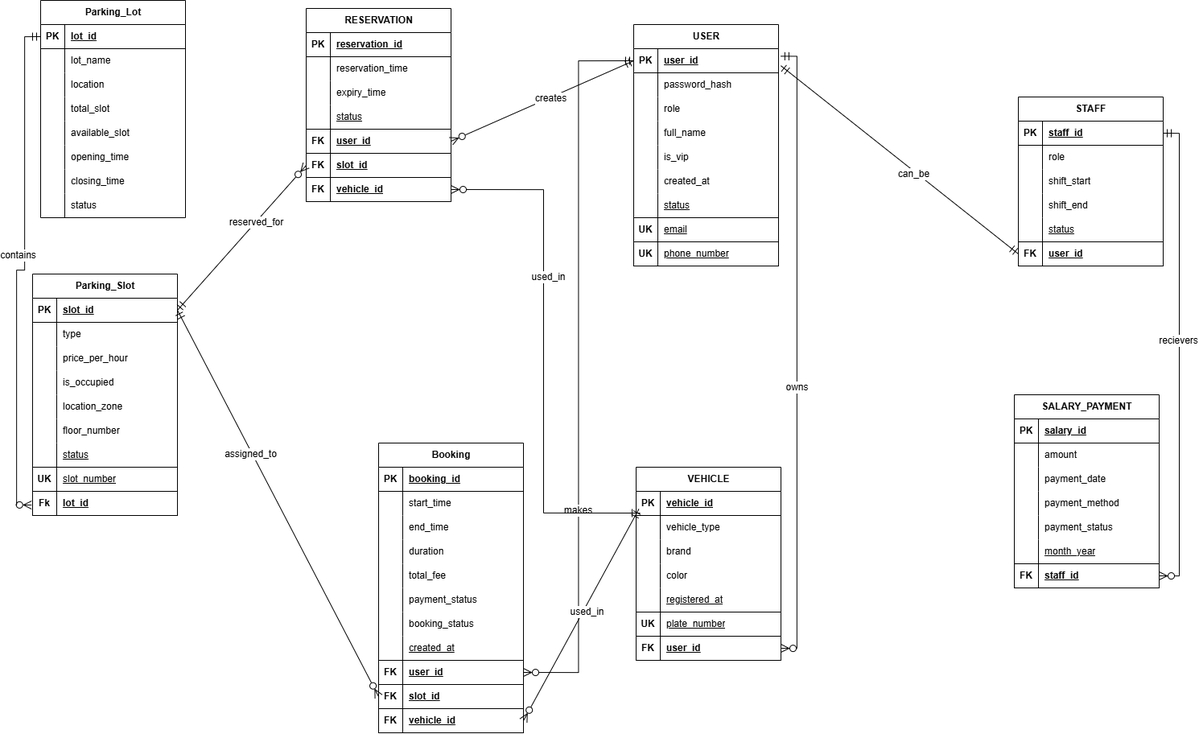
A-proG-spec/AASTU-DB-Project-Group-2 keeps this draw.io diagram as diagrams/erd.drawio.png. Above is the earlier version. Source tidied: cells renumbered, new cells last; positions are measured from the earlier drawing's top-left corner, leaving out a move shared by most shapes.
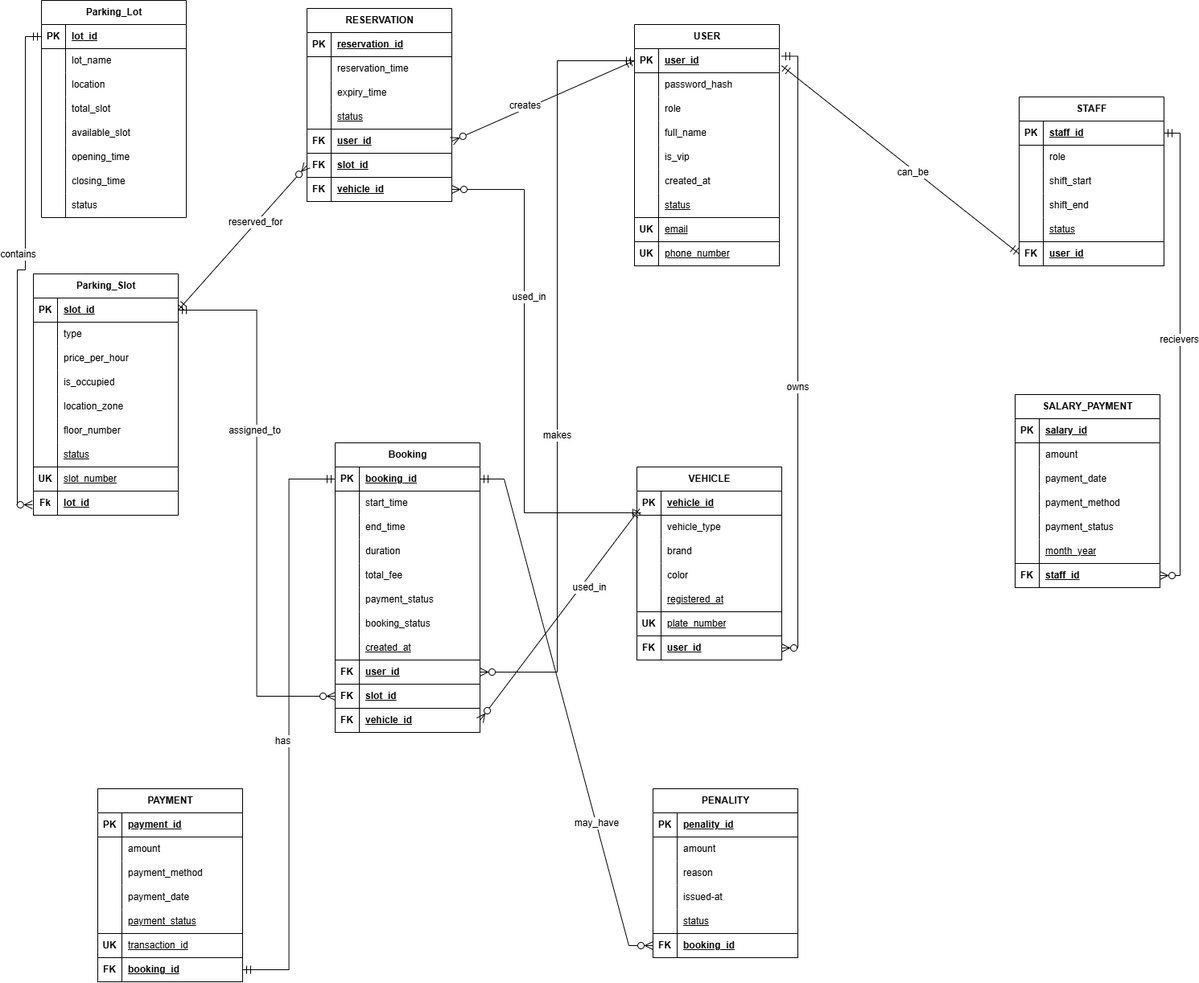
After the change.

Commit message:
added the entities payment and penality and show the relation with the entity booking

What changed in the source:
```diff
@@ -162,7 +162,7 @@
       <mxGeometry x="30" width="150" height="30" as="geometry" />
     </mxCell>
     <mxCell id="55" value="Booking" style="shape=table;startSize=30;rowLines=0;fontStyle=1;align=center;html=1;" parent="1" vertex="1">
-      <mxGeometry x="450" y="550" width="180" height="360" as="geometry" />
+      <mxGeometry x="395" y="550" width="180" height="360" as="geometry" />
     </mxCell>
     <mxCell id="56" style="shape=tableRow;horizontal=0;startSize=0;swimlaneHead=0;swimlaneBody=0;fillColor=none;points=[[0,0.5],[1,0.5]];portConstraint=eastwest;top=0;left=0;right=0;bottom=1;" parent="55" vertex="1">
       <mxGeometry y="30" width="180" height="30" as="geometry" />
@@ -278,7 +278,7 @@
         <mxPoint x="-9" y="19" as="offset" />
       </mxGeometry>
     </mxCell>
-    <mxCell id="91" style="edgeStyle=none;curved=1;rounded=0;jettySize=auto;html=1;exitX=0;exitY=0.5;exitDx=0;exitDy=0;entryX=1;entryY=0.5;entryDx=0;entryDy=0;fontSize=12;startSize=8;endSize=8;startArrow=ERzeroToMany;startFill=0;endArrow=ERmandOne;endFill=0;" parent="1" edge="1" source="83" target="28">
+    <mxCell id="91" style="edgeStyle=orthogonalEdgeStyle;rounded=0;jettySize=auto;html=1;exitX=0;exitY=0.5;exitDx=0;exitDy=0;entryX=1;entryY=0.5;entryDx=0;entryDy=0;fontSize=12;startSize=8;endSize=8;startArrow=ERzeroToMany;startFill=0;endArrow=ERmandOne;endFill=0;" parent="1" edge="1" source="83" target="28">
       <mxGeometry relative="1" as="geometry" />
     </mxCell>
     <mxCell id="92" value="assigned_to" style="edgeLabel;html=1;align=center;verticalAlign=middle;fontSize=12;" parent="91" vertex="1">
@@ -374,7 +374,9 @@
       <mxGeometry relative="1" as="geometry" />
     </mxCell>
     <mxCell id="122" value="makes" style="edgeLabel;html=1;align=center;verticalAlign=middle;fontSize=12;" parent="121" vertex="1">
-      <mxGeometry x="-0.39" y="2" relative="1" as="geometry" />
+      <mxGeometry x="-0.39" y="2" relative="1" as="geometry">
+        <mxPoint x="1" y="-102" as="offset" />
+      </mxGeometry>
     </mxCell>
     <mxCell id="123" value="VEHICLE" style="shape=table;startSize=30;rowLines=0;fontStyle=1;align=center;html=1;" parent="1" vertex="1">
       <mxGeometry x="770" y="580" width="180" height="240" as="geometry" />
@@ -453,7 +455,7 @@
     </mxCell>
     <mxCell id="148" value="used_in" style="edgeLabel;html=1;align=center;verticalAlign=middle;fontSize=12;" parent="147" vertex="1">
       <mxGeometry x="0.04" y="-4" relative="1" as="geometry">
-        <mxPoint y="-3" as="offset" />
+        <mxPoint x="29" y="-31" as="offset" />
       </mxGeometry>
     </mxCell>
     <mxCell id="149" value="STAFF" style="shape=table;startSize=30;rowLines=0;fontStyle=1;align=center;html=1;" parent="1" vertex="1">
@@ -669,13 +671,157 @@
       <mxGeometry relative="1" as="geometry" />
     </mxCell>
     <mxCell id="219" value="creates" style="edgeLabel;html=1;align=center;verticalAlign=middle;fontSize=12;" parent="218" vertex="1">
-      <mxGeometry x="0.09" relative="1" as="geometry" />
+      <mxGeometry x="0.09" relative="1" as="geometry">
+        <mxPoint x="-34" y="10" as="offset" />
+      </mxGeometry>
     </mxCell>
     <mxCell id="220" style="edgeStyle=orthogonalEdgeStyle;rounded=0;jettySize=auto;html=1;exitX=1;exitY=0.5;exitDx=0;exitDy=0;entryX=0.028;entryY=0.9;entryDx=0;entryDy=0;entryPerimeter=0;fontSize=12;startSize=8;endSize=8;startArrow=ERzeroToMany;startFill=0;endArrow=ERmandOne;endFill=0;" parent="1" edge="1" source="213" target="124">
-      <mxGeometry relative="1" as="geometry" />
+      <mxGeometry relative="1" as="geometry">
+        <Array as="points">
+          <mxPoint x="630" y="235" />
+          <mxPoint x="630" y="637" />
+        </Array>
+      </mxGeometry>
     </mxCell>
     <mxCell id="221" value="used_in" style="edgeLabel;html=1;align=center;verticalAlign=middle;fontSize=12;" parent="220" vertex="1">
       <mxGeometry x="-0.3" y="5" relative="1" as="geometry" />
     </mxCell>
+    <mxCell id="222" value="PAYMENT" style="shape=table;startSize=30;rowLines=0;fontStyle=1;align=center;html=1;" parent="1" vertex="1">
+      <mxGeometry x="100" y="980" width="180" height="240" as="geometry" />
+    </mxCell>
+    <mxCell id="223" style="shape=tableRow;horizontal=0;startSize=0;swimlaneHead=0;swimlaneBody=0;fillColor=none;top=0;left=0;right=0;bottom=1;" parent="222" vertex="1">
+      <mxGeometry y="30" width="180" height="30" as="geometry" />
+    </mxCell>
+    <mxCell id="224" value="PK" style="shape=partialRectangle;fillColor=none;top=0;left=0;bottom=0;right=0;fontStyle=1;overflow=hidden;whiteSpace=wrap;html=1;" parent="223" vertex="1">
+      <mxGeometry width="30" height="30" as="geometry" />
+    </mxCell>
+    <mxCell id="225" value="payment_id" style="shape=partialRectangle;fillColor=none;top=0;left=0;bottom=0;right=0;align=left;spacingLeft=6;fontStyle=5;overflow=hidden;whiteSpace=wrap;html=1;" parent="223" vertex="1">
+      <mxGeometry x="30" width="150" height="30" as="geometry" />
+    </mxCell>
+    <mxCell id="226" style="shape=tableRow;horizontal=0;startSize=0;swimlaneHead=0;swimlaneBody=0;fillColor=none;top=0;left=0;right=0;bottom=0;" parent="222" vertex="1">
+      <mxGeometry y="60" width="180" height="30" as="geometry" />
+    </mxCell>
+    <mxCell id="227" style="shape=partialRectangle;fillColor=none;top=0;left=0;bottom=0;right=0;overflow=hidden;whiteSpace=wrap;html=1;" parent="226" vertex="1">
+      <mxGeometry width="30" height="30" as="geometry" />
+    </mxCell>
+    <mxCell id="228" value="amount" style="shape=partialRectangle;fillColor=none;top=0;left=0;bottom=0;right=0;align=left;spacingLeft=6;overflow=hidden;whiteSpace=wrap;html=1;" parent="226" vertex="1">
+      <mxGeometry x="30" width="150" height="30" as="geometry" />
+    </mxCell>
+    <mxCell id="229" style="shape=tableRow;horizontal=0;startSize=0;swimlaneHead=0;swimlaneBody=0;fillColor=none;top=0;left=0;right=0;bottom=0;" parent="222" vertex="1">
+      <mxGeometry y="90" width="180" height="30" as="geometry" />
+    </mxCell>
+    <mxCell id="230" style="shape=partialRectangle;fillColor=none;top=0;left=0;bottom=0;right=0;overflow=hidden;whiteSpace=wrap;html=1;" parent="229" vertex="1">
+      <mxGeometry width="30" height="30" as="geometry" />
+    </mxCell>
+    <mxCell id="231" value="payment_method" style="shape=partialRectangle;fillColor=none;top=0;left=0;bottom=0;right=0;align=left;spacingLeft=6;overflow=hidden;whiteSpace=wrap;html=1;" parent="229" vertex="1">
+      <mxGeometry x="30" width="150" height="30" as="geometry" />
+    </mxCell>
+    <mxCell id="232" style="shape=tableRow;horizontal=0;startSize=0;swimlaneHead=0;swimlaneBody=0;fillColor=none;top=0;left=0;right=0;bottom=0;" parent="222" vertex="1">
+      <mxGeometry y="120" width="180" height="30" as="geometry" />
+    </mxCell>
+    <mxCell id="233" style="shape=partialRectangle;fillColor=none;top=0;left=0;bottom=0;right=0;overflow=hidden;whiteSpace=wrap;html=1;" parent="232" vertex="1">
+      <mxGeometry width="30" height="30" as="geometry" />
+    </mxCell>
+    <mxCell id="234" value="payment_date" style="shape=partialRectangle;fillColor=none;top=0;left=0;bottom=0;right=0;align=left;spacingLeft=6;overflow=hidden;whiteSpace=wrap;html=1;" parent="232" vertex="1">
+      <mxGeometry x="30" width="150" height="30" as="geometry" />
+    </mxCell>
+    <mxCell id="235" style="shape=tableRow;horizontal=0;startSize=0;swimlaneHead=0;swimlaneBody=0;fillColor=none;top=0;left=0;right=0;bottom=1;" parent="222" vertex="1">
+      <mxGeometry y="150" width="180" height="30" as="geometry" />
+    </mxCell>
+    <mxCell id="236" style="shape=partialRectangle;fillColor=none;top=0;left=0;bottom=0;right=0;fontStyle=1;overflow=hidden;whiteSpace=wrap;html=1;" parent="235" vertex="1">
+      <mxGeometry width="30" height="30" as="geometry" />
+    </mxCell>
+    <mxCell id="237" value="&lt;span style=&quot;font-weight: normal;&quot;&gt;payment_status&lt;/span&gt;" style="shape=partialRectangle;fillColor=none;top=0;left=0;bottom=0;right=0;align=left;spacingLeft=6;fontStyle=5;overflow=hidden;whiteSpace=wrap;html=1;" parent="235" vertex="1">
+      <mxGeometry x="30" width="150" height="30" as="geometry" />
+    </mxCell>
+    <mxCell id="238" style="shape=tableRow;horizontal=0;startSize=0;swimlaneHead=0;swimlaneBody=0;fillColor=none;top=0;left=0;right=0;bottom=1;" parent="222" vertex="1">
+      <mxGeometry y="180" width="180" height="30" as="geometry" />
+    </mxCell>
+    <mxCell id="239" value="UK" style="shape=partialRectangle;fillColor=none;top=0;left=0;bottom=0;right=0;fontStyle=1;overflow=hidden;whiteSpace=wrap;html=1;" parent="238" vertex="1">
+      <mxGeometry width="30" height="30" as="geometry" />
+    </mxCell>
+    <mxCell id="240" value="&lt;span style=&quot;font-weight: normal;&quot;&gt;transaction_id&lt;/span&gt;" style="shape=partialRectangle;fillColor=none;top=0;left=0;bottom=0;right=0;align=left;spacingLeft=6;fontStyle=5;overflow=hidden;whiteSpace=wrap;html=1;" parent="238" vertex="1">
+      <mxGeometry x="30" width="150" height="30" as="geometry" />
+    </mxCell>
+    <mxCell id="241" style="shape=tableRow;horizontal=0;startSize=0;swimlaneHead=0;swimlaneBody=0;fillColor=none;points=[[0,0.5],[1,0.5]];portConstraint=eastwest;top=0;left=0;right=0;bottom=1;" parent="222" vertex="1">
+      <mxGeometry y="210" width="180" height="30" as="geometry" />
+    </mxCell>
+    <mxCell id="242" value="FK" style="shape=partialRectangle;fillColor=none;top=0;left=0;bottom=0;right=0;fontStyle=1;overflow=hidden;whiteSpace=wrap;html=1;" parent="241" vertex="1">
+      <mxGeometry width="30" height="30" as="geometry" />
+    </mxCell>
+    <mxCell id="243" value="booking_id" style="shape=partialRectangle;fillColor=none;top=0;left=0;bottom=0;right=0;align=left;spacingLeft=6;fontStyle=5;overflow=hidden;whiteSpace=wrap;html=1;" parent="241" vertex="1">
+      <mxGeometry x="30" width="150" height="30" as="geometry" />
+    </mxCell>
+    <mxCell id="244" value="PENALITY" style="shape=table;startSize=30;rowLines=0;fontStyle=1;align=center;html=1;" parent="1" vertex="1">
+      <mxGeometry x="790" y="980" width="180" height="210" as="geometry" />
+    </mxCell>
+    <mxCell id="245" style="shape=tableRow;horizontal=0;startSize=0;swimlaneHead=0;swimlaneBody=0;fillColor=none;top=0;left=0;right=0;bottom=1;" parent="244" vertex="1">
+      <mxGeometry y="30" width="180" height="30" as="geometry" />
+    </mxCell>
+    <mxCell id="246" value="PK" style="shape=partialRectangle;fillColor=none;top=0;left=0;bottom=0;right=0;fontStyle=1;overflow=hidden;whiteSpace=wrap;html=1;" parent="245" vertex="1">
+      <mxGeometry width="30" height="30" as="geometry" />
+    </mxCell>
+    <mxCell id="247" value="penality_id" style="shape=partialRectangle;fillColor=none;top=0;left=0;bottom=0;right=0;align=left;spacingLeft=6;fontStyle=5;overflow=hidden;whiteSpace=wrap;html=1;" parent="245" vertex="1">
+      <mxGeometry x="30" width="150" height="30" as="geometry" />
+    </mxCell>
+    <mxCell id="248" style="shape=tableRow;horizontal=0;startSize=0;swimlaneHead=0;swimlaneBody=0;fillColor=none;top=0;left=0;right=0;bottom=0;" parent="244" vertex="1">
+      <mxGeometry y="60" width="180" height="30" as="geometry" />
+    </mxCell>
+    <mxCell id="249" style="shape=partialRectangle;fillColor=none;top=0;left=0;bottom=0;right=0;overflow=hidden;whiteSpace=wrap;html=1;" parent="248" vertex="1">
+      <mxGeometry width="30" height="30" as="geometry" />
+    </mxCell>
+    <mxCell id="250" value="amount" style="shape=partialRectangle;fillColor=none;top=0;left=0;bottom=0;right=0;align=left;spacingLeft=6;overflow=hidden;whiteSpace=wrap;html=1;" parent="248" vertex="1">
+      <mxGeometry x="30" width="150" height="30" as="geometry" />
+    </mxCell>
+    <mxCell id="251" style="shape=tableRow;horizontal=0;startSize=0;swimlaneHead=0;swimlaneBody=0;fillColor=none;top=0;left=0;right=0;bottom=0;" parent="244" vertex="1">
+      <mxGeometry y="90" width="180" height="30" as="geometry" />
+    </mxCell>
+    <mxCell id="252" style="shape=partialRectangle;fillColor=none;top=0;left=0;bottom=0;right=0;overflow=hidden;whiteSpace=wrap;html=1;" parent="251" vertex="1">
+      <mxGeometry width="30" height="30" as="geometry" />
+    </mxCell>
+    <mxCell id="253" value="reason" style="shape=partialRectangle;fillColor=none;top=0;left=0;bottom=0;right=0;align=left;spacingLeft=6;overflow=hidden;whiteSpace=wrap;html=1;" parent="251" vertex="1">
+      <mxGeometry x="30" width="150" height="30" as="geometry" />
+    </mxCell>
+    <mxCell id="254" style="shape=tableRow;horizontal=0;startSize=0;swimlaneHead=0;swimlaneBody=0;fillColor=none;top=0;left=0;right=0;bottom=0;" parent="244" vertex="1">
+      <mxGeometry y="120" width="180" height="30" as="geometry" />
+    </mxCell>
+    <mxCell id="255" style="shape=partialRectangle;fillColor=none;top=0;left=0;bottom=0;right=0;overflow=hidden;whiteSpace=wrap;html=1;" parent="254" vertex="1">
+      <mxGeometry width="30" height="30" as="geometry" />
+    </mxCell>
+    <mxCell id="256" value="issued-at" style="shape=partialRectangle;fillColor=none;top=0;left=0;bottom=0;right=0;align=left;spacingLeft=6;overflow=hidden;whiteSpace=wrap;html=1;" parent="254" vertex="1">
+      <mxGeometry x="30" width="150" height="30" as="geometry" />
+    </mxCell>
+    <mxCell id="257" style="shape=tableRow;horizontal=0;startSize=0;swimlaneHead=0;swimlaneBody=0;fillColor=none;top=0;left=0;right=0;bottom=1;" parent="244" vertex="1">
+      <mxGeometry y="150" width="180" height="30" as="geometry" />
+    </mxCell>
+    <mxCell id="258" style="shape=partialRectangle;fillColor=none;top=0;left=0;bottom=0;right=0;fontStyle=1;overflow=hidden;whiteSpace=wrap;html=1;" parent="257" vertex="1">
+      <mxGeometry width="30" height="30" as="geometry" />
+    </mxCell>
+    <mxCell id="259" value="&lt;span style=&quot;font-weight: normal;&quot;&gt;status&lt;/span&gt;" style="shape=partialRectangle;fillColor=none;top=0;left=0;bottom=0;right=0;align=left;spacingLeft=6;fontStyle=5;overflow=hidden;whiteSpace=wrap;html=1;" parent="257" vertex="1">
+      <mxGeometry x="30" width="150" height="30" as="geometry" />
+    </mxCell>
+    <mxCell id="260" style="shape=tableRow;horizontal=0;startSize=0;swimlaneHead=0;swimlaneBody=0;fillColor=none;points=[[0,0.5],[1,0.5]];portConstraint=eastwest;top=0;left=0;right=0;bottom=1;" parent="244" vertex="1">
+      <mxGeometry y="180" width="180" height="30" as="geometry" />
+    </mxCell>
+    <mxCell id="261" value="FK" style="shape=partialRectangle;fillColor=none;top=0;left=0;bottom=0;right=0;fontStyle=1;overflow=hidden;whiteSpace=wrap;html=1;" parent="260" vertex="1">
+      <mxGeometry width="30" height="30" as="geometry" />
+    </mxCell>
+    <mxCell id="262" value="booking_id" style="shape=partialRectangle;fillColor=none;top=0;left=0;bottom=0;right=0;align=left;spacingLeft=6;fontStyle=5;overflow=hidden;whiteSpace=wrap;html=1;" parent="260" vertex="1">
+      <mxGeometry x="30" width="150" height="30" as="geometry" />
+    </mxCell>
+    <mxCell id="263" style="edgeStyle=entityRelationEdgeStyle;rounded=0;jettySize=auto;html=1;exitX=0;exitY=0.5;exitDx=0;exitDy=0;entryX=1;entryY=0.5;entryDx=0;entryDy=0;fontSize=12;startSize=8;endSize=8;startArrow=ERzeroToMany;startFill=0;endArrow=ERmandOne;endFill=0;" parent="1" edge="1" source="260" target="56">
+      <mxGeometry relative="1" as="geometry" />
+    </mxCell>
+    <mxCell id="264" value="may_have" style="edgeLabel;html=1;align=center;verticalAlign=middle;fontSize=12;" parent="263" vertex="1">
+      <mxGeometry x="-0.43" relative="1" as="geometry" />
+    </mxCell>
+    <mxCell id="265" style="edgeStyle=orthogonalEdgeStyle;rounded=0;jettySize=auto;html=1;exitX=1;exitY=0.5;exitDx=0;exitDy=0;entryX=0;entryY=0.5;entryDx=0;entryDy=0;fontSize=12;startSize=8;endSize=8;startArrow=ERmandOne;startFill=0;endArrow=ERmandOne;endFill=0;" parent="1" edge="1" source="241" target="56">
+      <mxGeometry relative="1" as="geometry" />
+    </mxCell>
+    <mxCell id="266" value="has" style="edgeLabel;html=1;align=center;verticalAlign=middle;fontSize=12;" parent="265" vertex="1">
+      <mxGeometry x="-0.3" y="-4" relative="1" as="geometry">
+        <mxPoint x="-12" y="-90" as="offset" />
+      </mxGeometry>
+    </mxCell>
   </root>
 </mxGraphModel>
```
